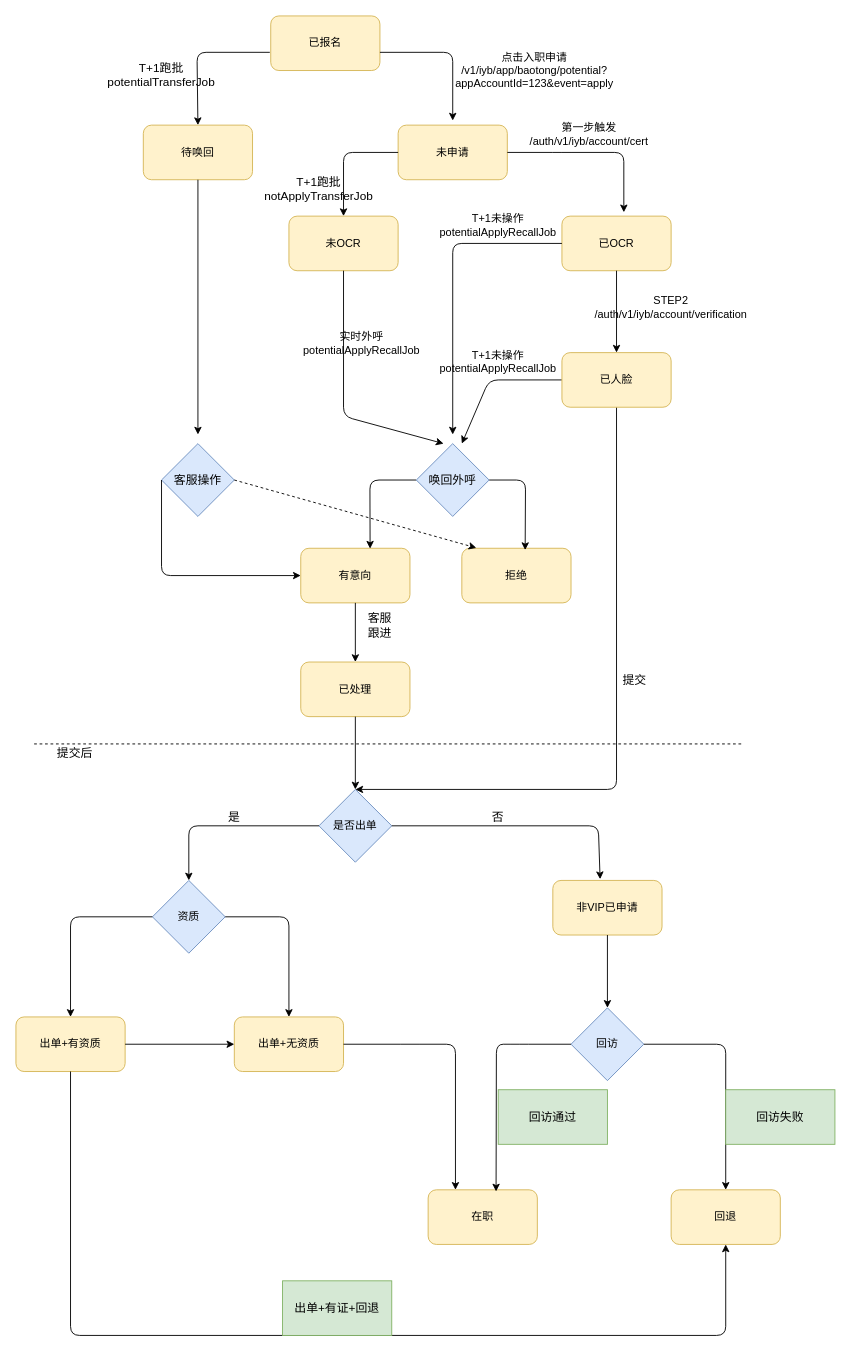
Before: middle.drawio in raineyJ/pub_drawio, a draw.io diagram. Source tidied: cells renumbered, new cells numbered last; positions are measured from the earlier drawing's top-left corner, leaving out a move shared by most shapes. Both pictures are drawn from the tidied source at 91%, with x=0, y=0 at pixel (15, 15).
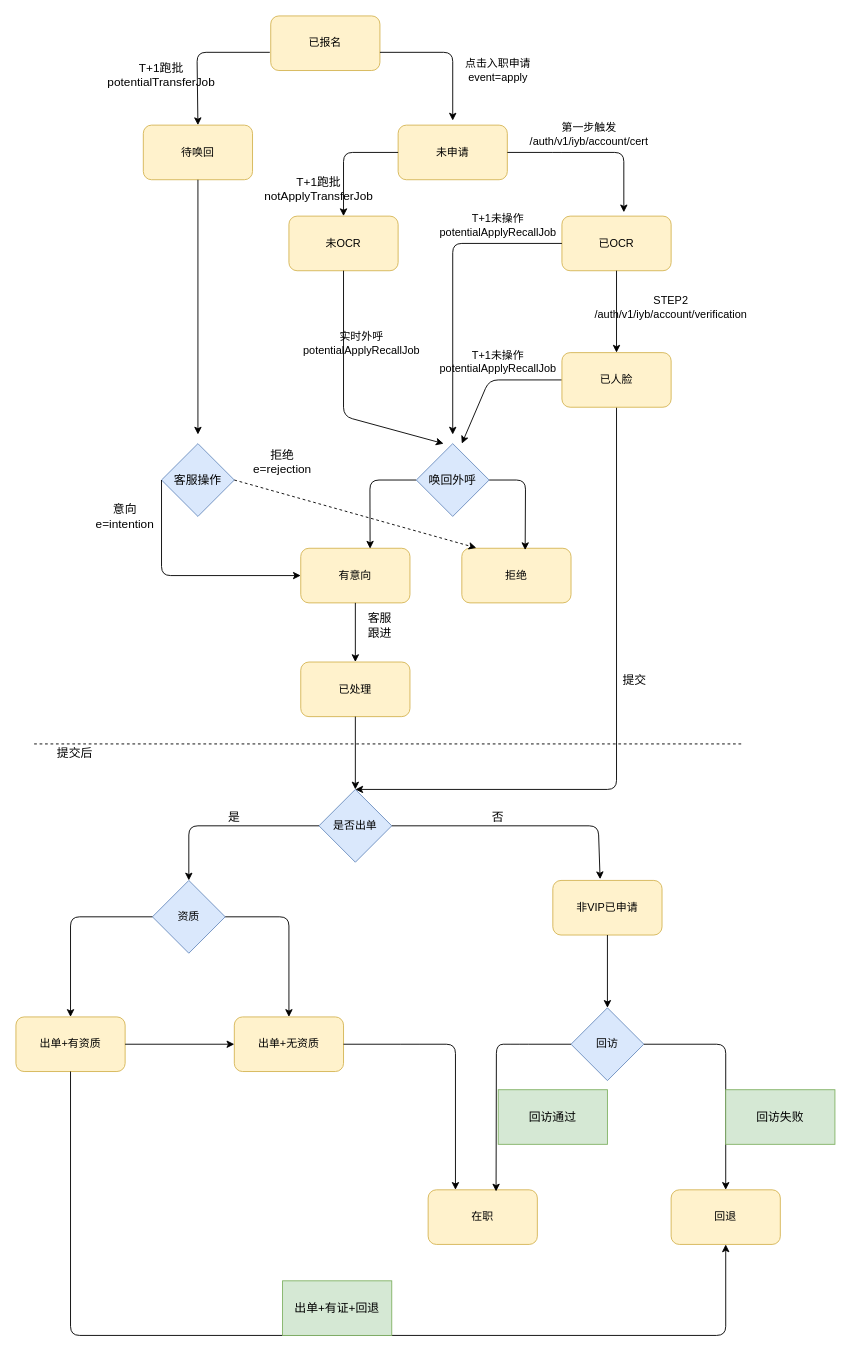
The same diagram, later.

What changed in the source:
```diff
@@
-    <mxCell id="13" value="点击入职申请&lt;br&gt;/v1/iyb/app/baotong/potential?appAccountId=123&amp;amp;event=apply&lt;br&gt;" style="text;html=1;strokeColor=none;fillColor=none;align=center;verticalAlign=middle;whiteSpace=wrap;rounded=0;" parent="1" vertex="1">
-      <mxGeometry x="450" y="20" width="240" height="80" as="geometry" />
+    <mxCell id="13" value="点击入职申请&lt;br&gt;event=apply&lt;br&gt;" style="text;html=1;strokeColor=none;fillColor=none;align=center;verticalAlign=middle;whiteSpace=wrap;rounded=0;" parent="1" vertex="1">
+      <mxGeometry x="470" y="40" width="120" height="40" as="geometry" />
     </mxCell>
@@
+    <mxCell id="64" value="意向&lt;br&gt;e=intention" style="text;html=1;strokeColor=none;fillColor=none;align=center;verticalAlign=middle;whiteSpace=wrap;rounded=0;fontSize=13;" parent="1" vertex="1">
+      <mxGeometry x="100" y="540" width="40" height="20" as="geometry" />
+    </mxCell>
+    <mxCell id="65" value="拒绝&lt;br&gt;e=rejection&lt;br&gt;" style="text;html=1;strokeColor=none;fillColor=none;align=center;verticalAlign=middle;whiteSpace=wrap;rounded=0;fontSize=13;" parent="1" vertex="1">
+      <mxGeometry x="273" y="480" width="40" height="20" as="geometry" />
+    </mxCell>
```
